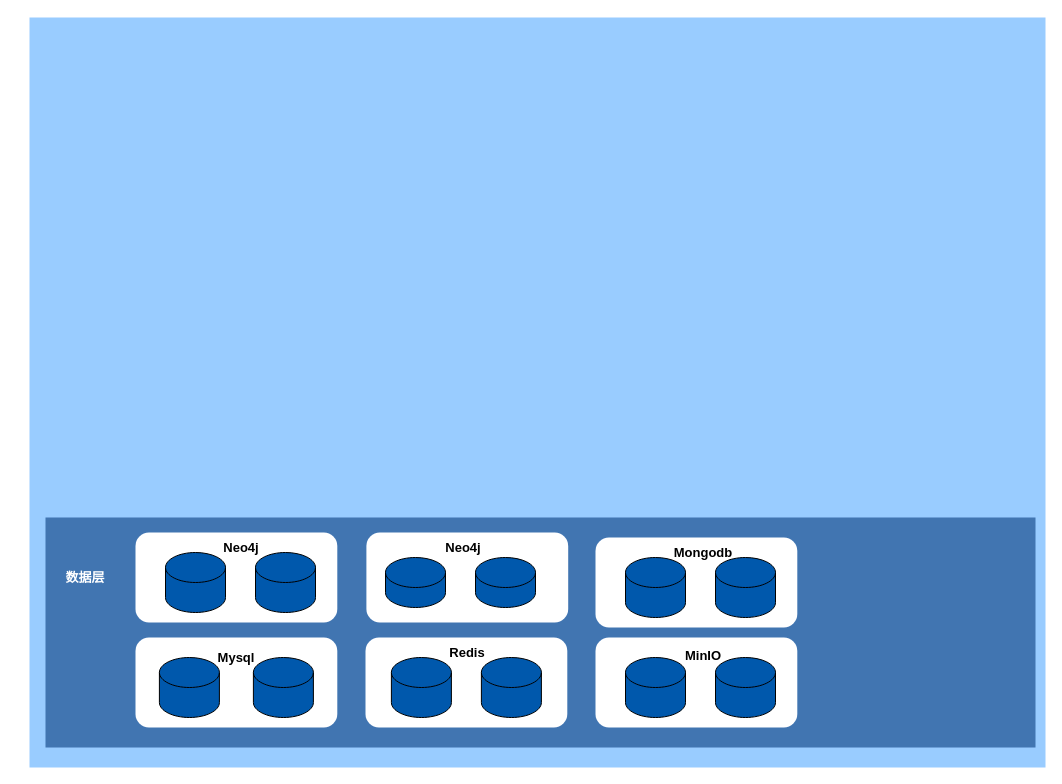
Earlier version of the draw.io diagram 数据检索与维修数据服/数据检索与维修数据服务技术架构图.drawio (DemonHan/KuickBuy). Source tidied: cells renumbered, new cells numbered last; positions are measured from the earlier drawing's top-left corner, leaving out a move shared by most shapes. Both pictures are drawn from the tidied source at 100%, with x=0, y=0 at pixel (29, 17).
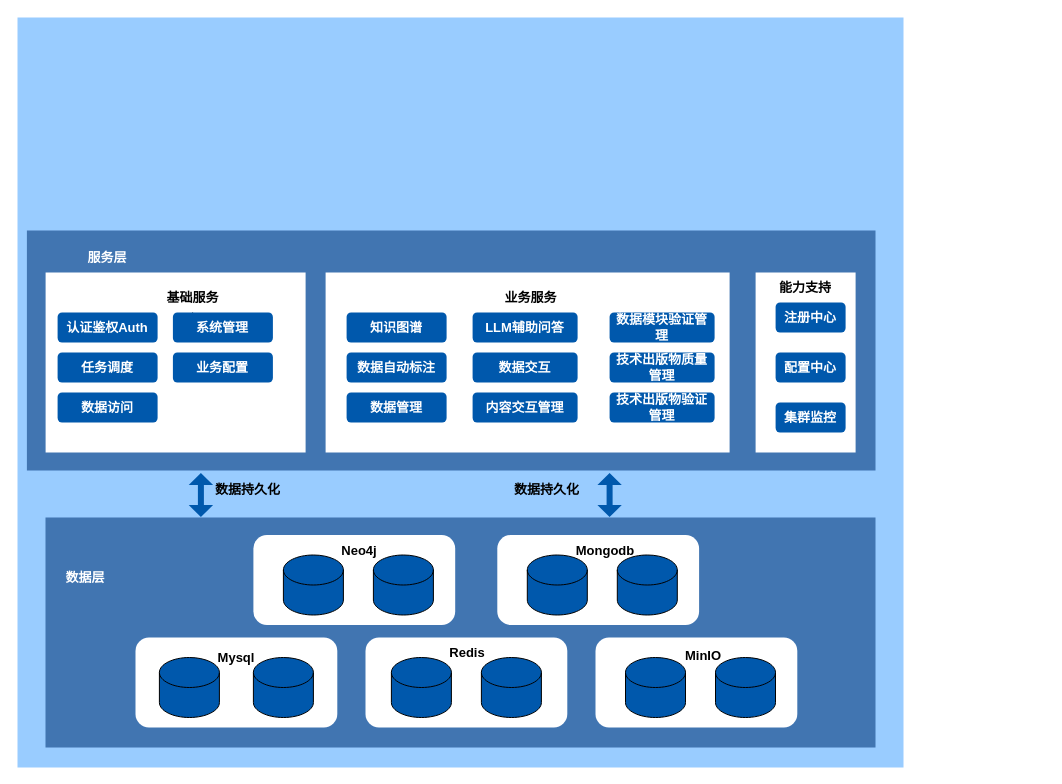
The same diagram, later.

Commit message (it also covers changes not shown here):
更新数据检索与维修数据服务技术架构图.drawio

Change to the diagram source:
```diff
@@
     <mxCell id="2" style="rounded=0;whiteSpace=wrap;html=1;fillColor=#99CCFF;strokeColor=none;" parent="1" vertex="1">
-      <mxGeometry width="1016" height="750" as="geometry" />
+      <mxGeometry x="-12" width="886" height="750" as="geometry" />
     </mxCell>
     <mxCell id="3" style="rounded=0;whiteSpace=wrap;html=1;fillColor=#4175B1;strokeColor=none;" parent="1" vertex="1">
-      <mxGeometry x="16" y="500" width="990" height="230" as="geometry" />
+      <mxGeometry x="16" y="500" width="830" height="230" as="geometry" />
     </mxCell>
@@
     <mxCell id="17" style="rounded=1;whiteSpace=wrap;html=1;dashed=1;fontStyle=1;fontSize=13;fillColor=#FFFFFF;strokeColor=none;" parent="1" vertex="1">
-      <mxGeometry x="566" y="520" width="201.8" height="90" as="geometry" />
+      <mxGeometry x="467.8" y="517.5" width="201.8" height="90" as="geometry" />
     </mxCell>
     <mxCell id="18" value="Mongodb" style="text;html=1;align=center;verticalAlign=middle;whiteSpace=wrap;rounded=0;fontStyle=1;fontSize=13;strokeColor=none;fontColor=#000000;" parent="1" vertex="1">
-      <mxGeometry x="643.8" y="520" width="60" height="30" as="geometry" />
+      <mxGeometry x="545.5" y="517.5" width="60" height="30" as="geometry" />
     </mxCell>
     <mxCell id="19" style="shape=cylinder3;whiteSpace=wrap;html=1;boundedLbl=1;backgroundOutline=1;size=15;fontStyle=1;fontSize=13;strokeColor=default;fillColor=#0058AC;" parent="1" vertex="1">
-      <mxGeometry x="596" y="540" width="60" height="60" as="geometry" />
+      <mxGeometry x="497.8" y="537.5" width="60" height="60" as="geometry" />
     </mxCell>
     <mxCell id="20" style="shape=cylinder3;whiteSpace=wrap;html=1;boundedLbl=1;backgroundOutline=1;size=15;fontStyle=1;fontSize=13;strokeColor=default;fillColor=#0058AC;" parent="1" vertex="1">
-      <mxGeometry x="686" y="540" width="60" height="60" as="geometry" />
+      <mxGeometry x="587.8" y="537.5" width="60" height="60" as="geometry" />
     </mxCell>
     <mxCell id="21" style="rounded=1;whiteSpace=wrap;html=1;dashed=1;fontStyle=1;fontSize=13;fillColor=#FFFFFF;strokeColor=none;" parent="1" vertex="1">
-      <mxGeometry x="106" y="515" width="201.8" height="90" as="geometry" />
+      <mxGeometry x="223.9" y="517.5" width="201.8" height="90" as="geometry" />
     </mxCell>
     <mxCell id="22" value="Neo4j" style="text;html=1;align=center;verticalAlign=middle;whiteSpace=wrap;rounded=0;fontStyle=1;fontSize=13;strokeColor=none;fontColor=#000000;" parent="1" vertex="1">
-      <mxGeometry x="182.1" y="515" width="60" height="30" as="geometry" />
+      <mxGeometry x="296.1" y="512.5" width="67.7" height="40" as="geometry" />
     </mxCell>
     <mxCell id="23" style="shape=cylinder3;whiteSpace=wrap;html=1;boundedLbl=1;backgroundOutline=1;size=15;fontStyle=1;fontSize=13;strokeColor=default;fillColor=#0058AC;" parent="1" vertex="1">
-      <mxGeometry x="136" y="535" width="60" height="60" as="geometry" />
+      <mxGeometry x="253.9" y="537.5" width="60" height="60" as="geometry" />
     </mxCell>
     <mxCell id="24" style="shape=cylinder3;whiteSpace=wrap;html=1;boundedLbl=1;backgroundOutline=1;size=15;fontStyle=1;fontSize=13;strokeColor=default;fillColor=#0058AC;" parent="1" vertex="1">
-      <mxGeometry x="226" y="535" width="60" height="60" as="geometry" />
+      <mxGeometry x="343.9" y="537.5" width="60" height="60" as="geometry" />
     </mxCell>
-    <mxCell id="25" style="rounded=1;whiteSpace=wrap;html=1;dashed=1;fontStyle=1;fontSize=13;fillColor=#FFFFFF;strokeColor=none;" parent="1" vertex="1">
-      <mxGeometry x="336.9" y="515" width="201.8" height="90" as="geometry" />
-    </mxCell>
-    <mxCell id="26" value="Neo4j" style="text;html=1;align=center;verticalAlign=middle;whiteSpace=wrap;rounded=0;fontStyle=1;fontSize=13;strokeColor=none;fontColor=#000000;" parent="1" vertex="1">
-      <mxGeometry x="403.8" y="515" width="60" height="30" as="geometry" />
-    </mxCell>
-    <mxCell id="27" style="shape=cylinder3;whiteSpace=wrap;html=1;boundedLbl=1;backgroundOutline=1;size=15;fontStyle=1;fontSize=13;strokeColor=default;fillColor=#0058AC;" parent="1" vertex="1">
-      <mxGeometry x="356" y="540" width="60" height="50" as="geometry" />
-    </mxCell>
-    <mxCell id="28" style="shape=cylinder3;whiteSpace=wrap;html=1;boundedLbl=1;backgroundOutline=1;size=15;fontStyle=1;fontSize=13;strokeColor=default;fillColor=#0058AC;" parent="1" vertex="1">
-      <mxGeometry x="446" y="540" width="60" height="50" as="geometry" />
-    </mxCell>
+    <mxCell id="29" style="rounded=0;whiteSpace=wrap;html=1;fillColor=#4175B1;strokeColor=none;" parent="1" vertex="1">
+      <mxGeometry x="-2.6" y="213" width="848.6" height="240" as="geometry" />
+    </mxCell>
+    <mxCell id="30" style="rounded=0;whiteSpace=wrap;html=1;fontStyle=1;fontSize=13;fillColor=#FFFFFF;strokeColor=none;" parent="1" vertex="1">
+      <mxGeometry x="16.1" y="255" width="260" height="180" as="geometry" />
+    </mxCell>
+    <mxCell id="31" style="rounded=0;whiteSpace=wrap;html=1;fontStyle=1;fontSize=13;fillColor=#FFFFFF;strokeColor=none;" parent="1" vertex="1">
+      <mxGeometry x="726.1" y="255" width="100" height="180" as="geometry" />
+    </mxCell>
+    <mxCell id="32" value="注册中心" style="rounded=1;whiteSpace=wrap;html=1;fontStyle=1;fontSize=13;strokeColor=none;fillColor=#0058AC;fontColor=#FFFFFF;" parent="1" vertex="1">
+      <mxGeometry x="746.1" y="285" width="70" height="30" as="geometry" />
+    </mxCell>
+    <mxCell id="33" value="配置中心" style="rounded=1;whiteSpace=wrap;html=1;fontStyle=1;fontSize=13;strokeColor=none;fillColor=#0058AC;fontColor=#FFFFFF;" parent="1" vertex="1">
+      <mxGeometry x="746.1" y="335" width="70" height="30" as="geometry" />
+    </mxCell>
+    <mxCell id="34" value="集群监控" style="rounded=1;whiteSpace=wrap;html=1;fontStyle=1;fontSize=13;strokeColor=none;fillColor=#0058AC;fontColor=#FFFFFF;" parent="1" vertex="1">
+      <mxGeometry x="746.1" y="385" width="70" height="30" as="geometry" />
+    </mxCell>
+    <mxCell id="35" style="edgeStyle=orthogonalEdgeStyle;rounded=0;jettySize=auto;html=1;" parent="1" edge="1" source="36" target="48">
+      <mxGeometry relative="1" as="geometry" />
+    </mxCell>
+    <mxCell id="36" value="基础服务" style="text;html=1;align=center;verticalAlign=middle;points=[];strokeColor=none;fillColor=none;fontStyle=1;fontSize=13;" parent="1" vertex="1">
+      <mxGeometry x="123.1" y="265" width="80" height="30" as="geometry" />
+    </mxCell>
+    <mxCell id="37" value="认证鉴权Auth" style="rounded=1;whiteSpace=wrap;html=1;fontStyle=1;fontSize=13;strokeColor=none;fillColor=#0058AC;fontColor=#FFFFFF;" parent="1" vertex="1">
+      <mxGeometry x="28.1" y="295" width="100" height="30" as="geometry" />
+    </mxCell>
+    <mxCell id="38" value="任务调度" style="rounded=1;whiteSpace=wrap;html=1;fontStyle=1;fontSize=13;strokeColor=none;fillColor=#0058AC;fontColor=#FFFFFF;" parent="1" vertex="1">
+      <mxGeometry x="28.1" y="335" width="100" height="30" as="geometry" />
+    </mxCell>
+    <mxCell id="39" value="数据访问" style="rounded=1;whiteSpace=wrap;html=1;fontStyle=1;fontSize=13;strokeColor=none;fillColor=#0058AC;fontColor=#FFFFFF;" parent="1" vertex="1">
+      <mxGeometry x="28.1" y="375" width="100" height="30" as="geometry" />
+    </mxCell>
+    <mxCell id="40" style="rounded=0;whiteSpace=wrap;html=1;fontStyle=1;fontSize=13;fillColor=#FFFFFF;strokeColor=none;" parent="1" vertex="1">
+      <mxGeometry x="296.1" y="255" width="404" height="180" as="geometry" />
+    </mxCell>
+    <mxCell id="41" value="业务服务" style="text;html=1;align=center;verticalAlign=middle;strokeColor=none;fillColor=none;fontStyle=1;fontSize=13;" parent="1" vertex="1">
+      <mxGeometry x="461.1" y="265" width="80" height="30" as="geometry" />
+    </mxCell>
+    <mxCell id="42" value="知识图谱" style="rounded=1;whiteSpace=wrap;html=1;fontStyle=1;fontSize=13;strokeColor=none;fillColor=#0058AC;fontColor=#FFFFFF;" parent="1" vertex="1">
+      <mxGeometry x="317.1" y="295" width="100" height="30" as="geometry" />
+    </mxCell>
+    <mxCell id="43" value="数据自动标注" style="rounded=1;whiteSpace=wrap;html=1;fontStyle=1;fontSize=13;strokeColor=none;fillColor=#0058AC;fontColor=#FFFFFF;" parent="1" vertex="1">
+      <mxGeometry x="317.1" y="335" width="100" height="30" as="geometry" />
+    </mxCell>
+    <mxCell id="44" value="数据管理" style="rounded=1;whiteSpace=wrap;html=1;fontStyle=1;fontSize=13;strokeColor=none;fillColor=#0058AC;fontColor=#FFFFFF;" parent="1" vertex="1">
+      <mxGeometry x="317.1" y="375" width="100" height="30" as="geometry" />
+    </mxCell>
+    <mxCell id="45" value="LLM辅助问答" style="rounded=1;whiteSpace=wrap;html=1;fontStyle=1;fontSize=13;strokeColor=none;fillColor=#0058AC;fontColor=#FFFFFF;" parent="1" vertex="1">
+      <mxGeometry x="443.1" y="295" width="105" height="30" as="geometry" />
+    </mxCell>
+    <mxCell id="46" value="数据交互" style="rounded=1;whiteSpace=wrap;html=1;fontStyle=1;fontSize=13;strokeColor=none;fillColor=#0058AC;fontColor=#FFFFFF;" parent="1" vertex="1">
+      <mxGeometry x="443.1" y="335" width="105" height="30" as="geometry" />
+    </mxCell>
+    <mxCell id="47" value="内容交互管理" style="rounded=1;whiteSpace=wrap;html=1;fontStyle=1;fontSize=13;strokeColor=none;fillColor=#0058AC;fontColor=#FFFFFF;" parent="1" vertex="1">
+      <mxGeometry x="443.1" y="375" width="105" height="30" as="geometry" />
+    </mxCell>
+    <mxCell id="48" value="系统管理" style="rounded=1;whiteSpace=wrap;html=1;fontStyle=1;fontSize=13;strokeColor=none;fillColor=#0058AC;fontColor=#FFFFFF;" parent="1" vertex="1">
+      <mxGeometry x="143.4" y="295" width="100" height="30" as="geometry" />
+    </mxCell>
+    <mxCell id="49" value="业务配置" style="rounded=1;whiteSpace=wrap;html=1;fontStyle=1;fontSize=13;strokeColor=none;fillColor=#0058AC;fontColor=#FFFFFF;" parent="1" vertex="1">
+      <mxGeometry x="143.4" y="335" width="100" height="30" as="geometry" />
+    </mxCell>
+    <mxCell id="50" value="数据模块验证管理" style="rounded=1;whiteSpace=wrap;html=1;fontStyle=1;fontSize=13;strokeColor=none;fillColor=#0058AC;fontColor=#FFFFFF;" parent="1" vertex="1">
+      <mxGeometry x="580.1" y="295" width="105" height="30" as="geometry" />
+    </mxCell>
+    <mxCell id="51" value="技术出版物质量管理" style="rounded=1;whiteSpace=wrap;html=1;fontStyle=1;fontSize=13;strokeColor=none;fillColor=#0058AC;fontColor=#FFFFFF;" parent="1" vertex="1">
+      <mxGeometry x="580.1" y="335" width="105" height="30" as="geometry" />
+    </mxCell>
+    <mxCell id="52" value="技术出版物验证管理" style="rounded=1;whiteSpace=wrap;html=1;fontStyle=1;fontSize=13;strokeColor=none;fillColor=#0058AC;fontColor=#FFFFFF;" parent="1" vertex="1">
+      <mxGeometry x="580.1" y="375" width="105" height="30" as="geometry" />
+    </mxCell>
+    <mxCell id="53" value="能力支持" style="text;html=1;align=center;verticalAlign=middle;whiteSpace=wrap;rounded=0;fontStyle=1;fontSize=13;strokeColor=none;" parent="1" vertex="1">
+      <mxGeometry x="746.1" y="255" width="60" height="30" as="geometry" />
+    </mxCell>
+    <mxCell id="54" style="shape=flexArrow;endArrow=classic;startArrow=classic;html=1;rounded=0;width=6;startSize=3.64;endSize=3.64;endWidth=17.387755102040817;startWidth=17.387755102040817;entryX=0.197;entryY=0.995;entryDx=0;entryDy=0;entryPerimeter=0;fontStyle=1;fontSize=13;strokeColor=none;fillColor=#0058AC;" parent="1" edge="1">
+      <mxGeometry relative="1" as="geometry">
+        <mxPoint x="171.4" y="500" as="sourcePoint" />
+        <mxPoint x="171.4" y="455" as="targetPoint" />
+      </mxGeometry>
+    </mxCell>
+    <mxCell id="55" style="shape=flexArrow;endArrow=classic;startArrow=classic;html=1;rounded=0;width=6;startSize=3.64;endSize=3.64;endWidth=17.387755102040817;startWidth=17.387755102040817;entryX=0.197;entryY=0.995;entryDx=0;entryDy=0;entryPerimeter=0;fontStyle=1;fontSize=13;strokeColor=none;fillColor=#0058AC;" parent="1" edge="1">
+      <mxGeometry relative="1" as="geometry">
+        <mxPoint x="580.1" y="500" as="sourcePoint" />
+        <mxPoint x="580.1" y="455" as="targetPoint" />
+      </mxGeometry>
+    </mxCell>
+    <mxCell id="56" value="数据持久化" style="text;html=1;align=center;verticalAlign=middle;strokeColor=none;fillColor=none;fontStyle=1;fontSize=13;" parent="1" vertex="1">
+      <mxGeometry x="173.4" y="457" width="90" height="30" as="geometry" />
+    </mxCell>
+    <mxCell id="57" value="数据持久化" style="text;html=1;align=center;verticalAlign=middle;strokeColor=none;fillColor=none;fontStyle=1;fontSize=13;" parent="1" vertex="1">
+      <mxGeometry x="472.4" y="457" width="90" height="30" as="geometry" />
+    </mxCell>
+    <mxCell id="58" value="服务层" style="text;html=1;align=center;verticalAlign=middle;whiteSpace=wrap;rounded=0;fontStyle=1;fontSize=13;strokeColor=none;fontColor=#FFFFFF;" parent="1" vertex="1">
+      <mxGeometry x="48.1" y="225" width="60" height="30" as="geometry" />
+    </mxCell>
```
